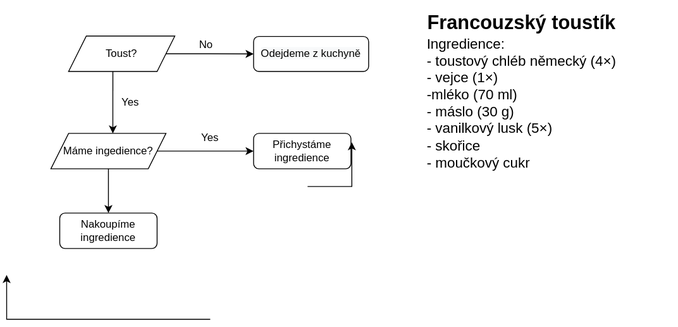
Before: Untitled Diagram.drawio.svg, a diagram exported from draw.io (CernyDavid/diagrams.net). Source tidied: cells renumbered, new cells last; positions are measured from the earlier drawing's top-left corner, leaving out a move shared by most shapes.
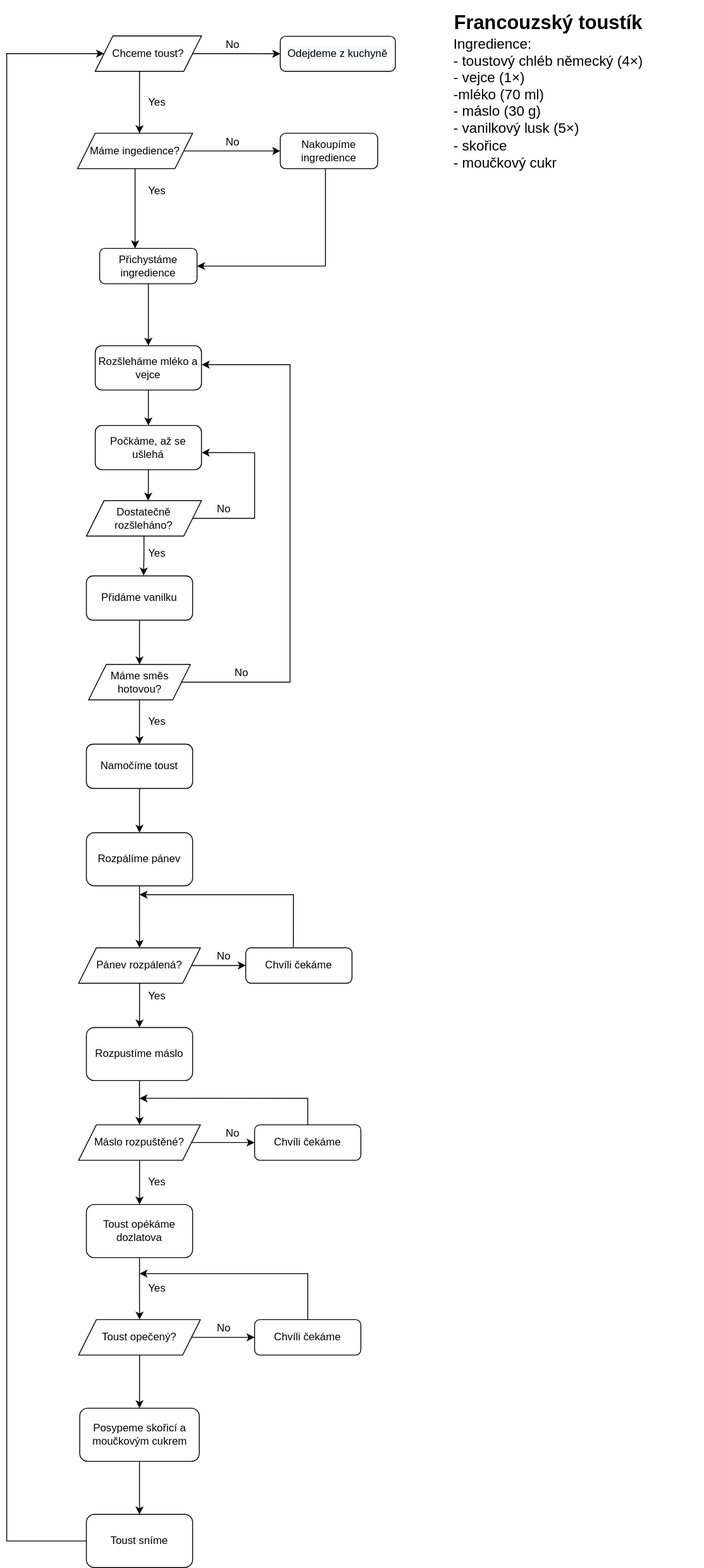
After the commit.

Diff of the diagram source:
```diff
@@ -20,7 +20,7 @@
       <mxGeometry x="110" y="95" width="60" height="30" as="geometry" />
     </mxCell>
     <mxCell id="6" value="Yes" style="text;html=1;strokeColor=none;fillColor=none;align=center;verticalAlign=middle;whiteSpace=wrap;rounded=0;fontSize=12;" parent="1" vertex="1">
-      <mxGeometry x="200" y="135" width="60" height="30" as="geometry" />
+      <mxGeometry x="110" y="195" width="60" height="30" as="geometry" />
     </mxCell>
     <mxCell id="7" value="No" style="text;html=1;align=center;verticalAlign=middle;strokeColor=none;fillColor=none;fontSize=12;" parent="1" vertex="1">
       <mxGeometry x="210" y="35" width="30" height="20" as="geometry" />
@@ -31,35 +31,215 @@
     <mxCell id="9" style="edgeStyle=orthogonalEdgeStyle;rounded=0;orthogonalLoop=1;jettySize=auto;html=1;exitX=0.5;exitY=1;exitDx=0;exitDy=0;fontSize=12;" parent="1" edge="1" source="8" target="8">
       <mxGeometry relative="1" as="geometry" />
     </mxCell>
-    <mxCell id="10" value="&lt;span&gt;Toust?&lt;/span&gt;" style="shape=parallelogram;perimeter=parallelogramPerimeter;whiteSpace=wrap;html=1;fixedSize=1;fontSize=12;align=center;" parent="1" vertex="1">
+    <mxCell id="10" value="&lt;span&gt;Chceme toust?&lt;/span&gt;" style="shape=parallelogram;perimeter=parallelogramPerimeter;whiteSpace=wrap;html=1;fixedSize=1;fontSize=12;align=center;" parent="1" vertex="1">
       <mxGeometry x="70" y="35" width="120" height="40" as="geometry" />
     </mxCell>
+    <mxCell id="18" style="edgeStyle=orthogonalEdgeStyle;rounded=0;jettySize=auto;html=1;" parent="1" edge="1" source="11" target="22">
+      <mxGeometry relative="1" as="geometry" />
+    </mxCell>
     <mxCell id="11" value="&lt;span&gt;Přichystáme ingredience&lt;/span&gt;" style="rounded=1;whiteSpace=wrap;html=1;fontSize=12;align=center;" parent="1" vertex="1">
-      <mxGeometry x="279" y="145" width="110" height="40" as="geometry" />
+      <mxGeometry x="75" y="275" width="110" height="40" as="geometry" />
     </mxCell>
-    <mxCell id="12" style="edgeStyle=orthogonalEdgeStyle;rounded=0;jettySize=auto;html=1;entryX=0;entryY=0.5;entryDx=0;entryDy=0;fontSize=12;" parent="1" edge="1" source="14" target="11">
-      <mxGeometry relative="1" as="geometry" />
+    <mxCell id="12" style="edgeStyle=orthogonalEdgeStyle;rounded=0;jettySize=auto;html=1;fontSize=12;" parent="1" edge="1" source="14">
+      <mxGeometry relative="1" as="geometry">
+        <mxPoint x="115" y="275" as="targetPoint" />
+      </mxGeometry>
     </mxCell>
-    <mxCell id="13" style="edgeStyle=orthogonalEdgeStyle;rounded=0;jettySize=auto;html=1;entryX=0.5;entryY=0;entryDx=0;entryDy=0;fontSize=12;" parent="1" edge="1" source="14" target="15">
+    <mxCell id="13" style="edgeStyle=orthogonalEdgeStyle;rounded=0;jettySize=auto;html=1;entryX=0;entryY=0.5;entryDx=0;entryDy=0;" parent="1" edge="1" source="14" target="15">
       <mxGeometry relative="1" as="geometry" />
     </mxCell>
     <mxCell id="14" value="Máme ingedience?" style="shape=parallelogram;perimeter=parallelogramPerimeter;whiteSpace=wrap;html=1;fixedSize=1;fontSize=12;align=center;" parent="1" vertex="1">
       <mxGeometry x="50" y="145" width="130" height="40" as="geometry" />
     </mxCell>
+    <mxCell id="19" style="edgeStyle=orthogonalEdgeStyle;rounded=0;jettySize=auto;html=1;entryX=1;entryY=0.5;entryDx=0;entryDy=0;" parent="1" edge="1" source="15" target="11">
+      <mxGeometry relative="1" as="geometry">
+        <Array as="points">
+          <mxPoint x="330" y="295" />
+        </Array>
+      </mxGeometry>
+    </mxCell>
     <mxCell id="15" value="&lt;span&gt;Nakoupíme ingredience&lt;/span&gt;" style="rounded=1;whiteSpace=wrap;html=1;fontSize=12;align=center;" parent="1" vertex="1">
-      <mxGeometry x="60" y="235" width="110" height="40" as="geometry" />
+      <mxGeometry x="279" y="145" width="110" height="40" as="geometry" />
     </mxCell>
-    <mxCell id="16" style="endArrow=classic;html=1;rounded=0;fontSize=12;edgeStyle=orthogonalEdgeStyle;" parent="1" edge="1">
-      <mxGeometry relative="1" as="geometry">
-        <mxPoint x="340" y="205" as="sourcePoint" />
-        <mxPoint x="390" y="155" as="targetPoint" />
-      </mxGeometry>
-    </mxCell>
-    <mxCell id="17" style="endArrow=classic;html=1;rounded=0;fontSize=12;edgeStyle=orthogonalEdgeStyle;" parent="1" edge="1">
-      <mxGeometry relative="1" as="geometry">
-        <mxPoint x="230" y="355" as="sourcePoint" />
-        <mxPoint y="305" as="targetPoint" />
-      </mxGeometry>
-    </mxCell>
+    <mxCell id="20" value="No" style="text;html=1;align=center;verticalAlign=middle;strokeColor=none;fillColor=none;fontSize=12;" parent="1" vertex="1">
+      <mxGeometry x="210" y="145" width="30" height="20" as="geometry" />
+    </mxCell>
+    <mxCell id="21" style="edgeStyle=orthogonalEdgeStyle;rounded=0;jettySize=auto;html=1;entryX=0.5;entryY=0;entryDx=0;entryDy=0;" parent="1" edge="1" source="22" target="27">
+      <mxGeometry relative="1" as="geometry" />
+    </mxCell>
+    <mxCell id="22" value="Rozšleháme mléko a vejce" style="whiteSpace=wrap;html=1;rounded=1;" parent="1" vertex="1">
+      <mxGeometry x="70" y="385" width="120" height="50" as="geometry" />
+    </mxCell>
+    <mxCell id="23" style="edgeStyle=orthogonalEdgeStyle;rounded=0;jettySize=auto;html=1;entryX=1.002;entryY=0.614;entryDx=0;entryDy=0;entryPerimeter=0;" parent="1" edge="1" source="25" target="27">
+      <mxGeometry relative="1" as="geometry">
+        <Array as="points">
+          <mxPoint x="250" y="580" />
+          <mxPoint x="250" y="506" />
+        </Array>
+      </mxGeometry>
+    </mxCell>
+    <mxCell id="24" style="edgeStyle=orthogonalEdgeStyle;rounded=0;jettySize=auto;html=1;entryX=0.538;entryY=-0.009;entryDx=0;entryDy=0;entryPerimeter=0;" parent="1" edge="1" source="25" target="30">
+      <mxGeometry relative="1" as="geometry" />
+    </mxCell>
+    <mxCell id="25" value="Dostatečně rozšleháno?" style="shape=parallelogram;perimeter=parallelogramPerimeter;whiteSpace=wrap;html=1;fixedSize=1;fontSize=12;align=center;" parent="1" vertex="1">
+      <mxGeometry x="60" y="560" width="130" height="40" as="geometry" />
+    </mxCell>
+    <mxCell id="26" style="edgeStyle=orthogonalEdgeStyle;rounded=0;jettySize=auto;html=1;entryX=0.536;entryY=0;entryDx=0;entryDy=0;entryPerimeter=0;" parent="1" edge="1" source="27" target="25">
+      <mxGeometry relative="1" as="geometry" />
+    </mxCell>
+    <mxCell id="27" value="Počkáme, až se ušlehá" style="whiteSpace=wrap;html=1;rounded=1;" parent="1" vertex="1">
+      <mxGeometry x="70" y="475" width="120" height="50" as="geometry" />
+    </mxCell>
+    <mxCell id="28" value="No" style="text;html=1;align=center;verticalAlign=middle;strokeColor=none;fillColor=none;fontSize=12;" parent="1" vertex="1">
+      <mxGeometry x="200" y="560" width="30" height="20" as="geometry" />
+    </mxCell>
+    <mxCell id="29" style="edgeStyle=orthogonalEdgeStyle;rounded=0;jettySize=auto;html=1;" parent="1" edge="1" source="30" target="36">
+      <mxGeometry relative="1" as="geometry" />
+    </mxCell>
+    <mxCell id="30" value="Přidáme vanilku" style="whiteSpace=wrap;html=1;rounded=1;" parent="1" vertex="1">
+      <mxGeometry x="60" y="645" width="120" height="50" as="geometry" />
+    </mxCell>
+    <mxCell id="31" value="Yes" style="text;html=1;strokeColor=none;fillColor=none;align=center;verticalAlign=middle;whiteSpace=wrap;rounded=0;fontSize=12;" parent="1" vertex="1">
+      <mxGeometry x="110" y="605" width="60" height="30" as="geometry" />
+    </mxCell>
+    <mxCell id="32" style="edgeStyle=orthogonalEdgeStyle;rounded=0;jettySize=auto;html=1;" parent="1" edge="1" source="33" target="40">
+      <mxGeometry relative="1" as="geometry" />
+    </mxCell>
+    <mxCell id="33" value="Namočíme toust" style="whiteSpace=wrap;html=1;rounded=1;" parent="1" vertex="1">
+      <mxGeometry x="60" y="835" width="120" height="50" as="geometry" />
+    </mxCell>
+    <mxCell id="34" style="edgeStyle=orthogonalEdgeStyle;rounded=0;jettySize=auto;html=1;" parent="1" edge="1" source="36" target="33">
+      <mxGeometry relative="1" as="geometry" />
+    </mxCell>
+    <mxCell id="35" style="edgeStyle=orthogonalEdgeStyle;rounded=0;jettySize=auto;html=1;entryX=1.002;entryY=0.426;entryDx=0;entryDy=0;entryPerimeter=0;" parent="1" edge="1" source="36" target="22">
+      <mxGeometry relative="1" as="geometry">
+        <Array as="points">
+          <mxPoint x="290" y="765" />
+          <mxPoint x="290" y="406" />
+        </Array>
+      </mxGeometry>
+    </mxCell>
+    <mxCell id="36" value="Máme směs hotovou?" style="shape=parallelogram;perimeter=parallelogramPerimeter;whiteSpace=wrap;html=1;fixedSize=1;fontSize=12;align=center;" parent="1" vertex="1">
+      <mxGeometry x="62.5" y="745" width="115" height="40" as="geometry" />
+    </mxCell>
+    <mxCell id="37" value="Yes" style="text;html=1;strokeColor=none;fillColor=none;align=center;verticalAlign=middle;whiteSpace=wrap;rounded=0;fontSize=12;" parent="1" vertex="1">
+      <mxGeometry x="110" y="795" width="60" height="30" as="geometry" />
+    </mxCell>
+    <mxCell id="38" value="No" style="text;html=1;align=center;verticalAlign=middle;strokeColor=none;fillColor=none;fontSize=12;" parent="1" vertex="1">
+      <mxGeometry x="220" y="745" width="30" height="20" as="geometry" />
+    </mxCell>
+    <mxCell id="39" style="edgeStyle=orthogonalEdgeStyle;rounded=0;jettySize=auto;html=1;" parent="1" edge="1" source="40" target="43">
+      <mxGeometry relative="1" as="geometry" />
+    </mxCell>
+    <mxCell id="40" value="Rozpálíme pánev" style="whiteSpace=wrap;html=1;rounded=1;" parent="1" vertex="1">
+      <mxGeometry x="60" y="935" width="120" height="60" as="geometry" />
+    </mxCell>
+    <mxCell id="41" style="edgeStyle=orthogonalEdgeStyle;rounded=0;jettySize=auto;html=1;" parent="1" edge="1" source="43" target="45">
+      <mxGeometry relative="1" as="geometry" />
+    </mxCell>
+    <mxCell id="42" style="edgeStyle=orthogonalEdgeStyle;rounded=0;jettySize=auto;html=1;" parent="1" edge="1" source="43" target="48">
+      <mxGeometry relative="1" as="geometry" />
+    </mxCell>
+    <mxCell id="43" value="Pánev rozpálená?" style="shape=parallelogram;perimeter=parallelogramPerimeter;whiteSpace=wrap;html=1;fixedSize=1;fontSize=12;align=center;" parent="1" vertex="1">
+      <mxGeometry x="51.2" y="1065" width="137.5" height="40" as="geometry" />
+    </mxCell>
+    <mxCell id="44" style="edgeStyle=orthogonalEdgeStyle;rounded=0;jettySize=auto;html=1;exitX=0.448;exitY=-0.018;exitDx=0;exitDy=0;exitPerimeter=0;" parent="1" edge="1" source="45">
+      <mxGeometry relative="1" as="geometry">
+        <mxPoint x="120" y="1005" as="targetPoint" />
+        <Array as="points">
+          <mxPoint x="294" y="1005" />
+        </Array>
+      </mxGeometry>
+    </mxCell>
+    <mxCell id="45" value="Chvíli čekáme" style="whiteSpace=wrap;html=1;rounded=1;" parent="1" vertex="1">
+      <mxGeometry x="240" y="1065" width="120" height="40" as="geometry" />
+    </mxCell>
+    <mxCell id="46" value="No" style="text;html=1;align=center;verticalAlign=middle;strokeColor=none;fillColor=none;fontSize=12;" parent="1" vertex="1">
+      <mxGeometry x="200" y="1065" width="30" height="20" as="geometry" />
+    </mxCell>
+    <mxCell id="47" style="edgeStyle=orthogonalEdgeStyle;rounded=0;jettySize=auto;html=1;" parent="1" edge="1" source="48" target="52">
+      <mxGeometry relative="1" as="geometry" />
+    </mxCell>
+    <mxCell id="48" value="Rozpustíme máslo" style="whiteSpace=wrap;html=1;rounded=1;" parent="1" vertex="1">
+      <mxGeometry x="60" y="1155" width="120" height="60" as="geometry" />
+    </mxCell>
+    <mxCell id="49" value="Yes" style="text;html=1;strokeColor=none;fillColor=none;align=center;verticalAlign=middle;whiteSpace=wrap;rounded=0;fontSize=12;" parent="1" vertex="1">
+      <mxGeometry x="110" y="1105" width="60" height="30" as="geometry" />
+    </mxCell>
+    <mxCell id="50" style="edgeStyle=orthogonalEdgeStyle;rounded=0;jettySize=auto;html=1;" parent="1" edge="1" source="52" target="54">
+      <mxGeometry relative="1" as="geometry" />
+    </mxCell>
+    <mxCell id="51" style="edgeStyle=orthogonalEdgeStyle;rounded=0;jettySize=auto;html=1;" parent="1" edge="1" source="52" target="63">
+      <mxGeometry relative="1" as="geometry" />
+    </mxCell>
+    <mxCell id="52" value="Máslo rozpuštěné?" style="shape=parallelogram;perimeter=parallelogramPerimeter;whiteSpace=wrap;html=1;fixedSize=1;fontSize=12;align=center;" parent="1" vertex="1">
+      <mxGeometry x="51.2" y="1265" width="137.5" height="40" as="geometry" />
+    </mxCell>
+    <mxCell id="53" style="edgeStyle=orthogonalEdgeStyle;rounded=0;jettySize=auto;html=1;" parent="1" edge="1" source="54" target="57">
+      <mxGeometry relative="1" as="geometry" />
+    </mxCell>
+    <mxCell id="54" value="Toust opékáme dozlatova" style="whiteSpace=wrap;html=1;rounded=1;" parent="1" vertex="1">
+      <mxGeometry x="60" y="1355" width="120" height="60" as="geometry" />
+    </mxCell>
+    <mxCell id="55" style="edgeStyle=orthogonalEdgeStyle;rounded=0;jettySize=auto;html=1;" parent="1" edge="1" source="57" target="65">
+      <mxGeometry relative="1" as="geometry" />
+    </mxCell>
+    <mxCell id="56" style="edgeStyle=orthogonalEdgeStyle;rounded=0;jettySize=auto;html=1;" parent="1" edge="1" source="57" target="67">
+      <mxGeometry relative="1" as="geometry" />
+    </mxCell>
+    <mxCell id="57" value="Toust opečený?" style="shape=parallelogram;perimeter=parallelogramPerimeter;whiteSpace=wrap;html=1;fixedSize=1;fontSize=12;align=center;" parent="1" vertex="1">
+      <mxGeometry x="51.2" y="1485" width="137.5" height="40" as="geometry" />
+    </mxCell>
+    <mxCell id="58" value="Yes" style="text;html=1;strokeColor=none;fillColor=none;align=center;verticalAlign=middle;whiteSpace=wrap;rounded=0;fontSize=12;" parent="1" vertex="1">
+      <mxGeometry x="110" y="1315" width="60" height="30" as="geometry" />
+    </mxCell>
+    <mxCell id="59" value="Yes" style="text;html=1;strokeColor=none;fillColor=none;align=center;verticalAlign=middle;whiteSpace=wrap;rounded=0;fontSize=12;" parent="1" vertex="1">
+      <mxGeometry x="110" y="1435" width="60" height="30" as="geometry" />
+    </mxCell>
+    <mxCell id="60" value="No" style="text;html=1;align=center;verticalAlign=middle;strokeColor=none;fillColor=none;fontSize=12;" parent="1" vertex="1">
+      <mxGeometry x="210" y="1265" width="30" height="20" as="geometry" />
+    </mxCell>
+    <mxCell id="61" value="No" style="text;html=1;align=center;verticalAlign=middle;strokeColor=none;fillColor=none;fontSize=12;" parent="1" vertex="1">
+      <mxGeometry x="200" y="1485" width="30" height="20" as="geometry" />
+    </mxCell>
+    <mxCell id="62" style="edgeStyle=orthogonalEdgeStyle;rounded=0;jettySize=auto;html=1;" parent="1" edge="1" source="63">
+      <mxGeometry relative="1" as="geometry">
+        <mxPoint x="120" y="1235" as="targetPoint" />
+        <Array as="points">
+          <mxPoint x="310" y="1235" />
+        </Array>
+      </mxGeometry>
+    </mxCell>
+    <mxCell id="63" value="Chvíli čekáme" style="whiteSpace=wrap;html=1;rounded=1;" parent="1" vertex="1">
+      <mxGeometry x="250" y="1265" width="120" height="40" as="geometry" />
+    </mxCell>
+    <mxCell id="64" style="edgeStyle=orthogonalEdgeStyle;rounded=0;jettySize=auto;html=1;" parent="1" edge="1" source="65">
+      <mxGeometry relative="1" as="geometry">
+        <mxPoint x="120" y="1433" as="targetPoint" />
+        <Array as="points">
+          <mxPoint x="310" y="1433" />
+        </Array>
+      </mxGeometry>
+    </mxCell>
+    <mxCell id="65" value="Chvíli čekáme" style="whiteSpace=wrap;html=1;rounded=1;" parent="1" vertex="1">
+      <mxGeometry x="250" y="1485" width="120" height="40" as="geometry" />
+    </mxCell>
+    <mxCell id="66" style="edgeStyle=orthogonalEdgeStyle;rounded=0;jettySize=auto;html=1;" parent="1" edge="1" source="67" target="69">
+      <mxGeometry relative="1" as="geometry" />
+    </mxCell>
+    <mxCell id="67" value="Posypeme skořicí a moučkovým cukrem" style="whiteSpace=wrap;html=1;rounded=1;" parent="1" vertex="1">
+      <mxGeometry x="52.5" y="1585" width="135" height="60" as="geometry" />
+    </mxCell>
+    <mxCell id="68" style="edgeStyle=orthogonalEdgeStyle;rounded=0;jettySize=auto;html=1;" parent="1" edge="1" source="69" target="10">
+      <mxGeometry relative="1" as="geometry">
+        <Array as="points">
+          <mxPoint x="-30" y="1735" />
+          <mxPoint x="-30" y="55" />
+        </Array>
+      </mxGeometry>
+    </mxCell>
+    <mxCell id="69" value="Toust sníme" style="rounded=1;whiteSpace=wrap;html=1;" parent="1" vertex="1">
+      <mxGeometry x="60" y="1705" width="120" height="60" as="geometry" />
+    </mxCell>
   </root>
 </mxGraphModel>
```
